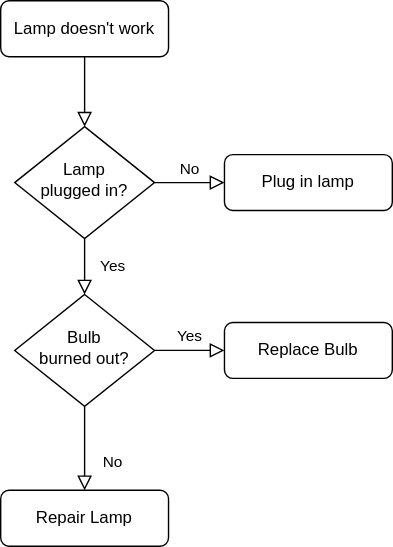
This is Simon game functions.drawio.svg from sausdeveloperr/visualiser, a draw.io export, as it was before one commit. Source tidied: cells renumbered, new cells last; positions are measured from the earlier drawing's top-left corner, leaving out a move shared by most shapes. Source of this version:
```xml
<mxGraphModel>
  <root>
    <mxCell id="0" />
    <mxCell id="1" parent="0" />
    <mxCell id="2" style="rounded=0;html=1;jettySize=auto;fontSize=11;endArrow=block;endFill=0;endSize=8;strokeWidth=1;shadow=0;labelBackgroundColor=none;edgeStyle=orthogonalEdgeStyle;" parent="1" edge="1" source="3" target="6">
      <mxGeometry relative="1" as="geometry" />
    </mxCell>
    <mxCell id="3" value="Lamp doesn't work" style="rounded=1;whiteSpace=wrap;html=1;fontSize=12;glass=0;strokeWidth=1;shadow=0;" parent="1" vertex="1">
      <mxGeometry width="120" height="40" as="geometry" />
    </mxCell>
    <mxCell id="4" value="Yes" style="rounded=0;html=1;jettySize=auto;fontSize=11;endArrow=block;endFill=0;endSize=8;strokeWidth=1;shadow=0;labelBackgroundColor=none;edgeStyle=orthogonalEdgeStyle;" parent="1" edge="1" source="6" target="10">
      <mxGeometry y="20" relative="1" as="geometry" />
    </mxCell>
    <mxCell id="5" value="No" style="edgeStyle=orthogonalEdgeStyle;rounded=0;html=1;jettySize=auto;fontSize=11;endArrow=block;endFill=0;endSize=8;strokeWidth=1;shadow=0;labelBackgroundColor=none;" parent="1" edge="1" source="6" target="7">
      <mxGeometry y="10" relative="1" as="geometry" />
    </mxCell>
    <mxCell id="6" value="Lamp&lt;br&gt;plugged in?" style="rhombus;whiteSpace=wrap;html=1;shadow=0;fontFamily=Helvetica;fontSize=12;align=center;strokeWidth=1;spacing=6;spacingTop=-4;" parent="1" vertex="1">
      <mxGeometry x="10" y="90" width="100" height="80" as="geometry" />
    </mxCell>
    <mxCell id="7" value="Plug in lamp" style="rounded=1;whiteSpace=wrap;html=1;fontSize=12;glass=0;strokeWidth=1;shadow=0;" parent="1" vertex="1">
      <mxGeometry x="160" y="110" width="120" height="40" as="geometry" />
    </mxCell>
    <mxCell id="8" value="No" style="rounded=0;html=1;jettySize=auto;fontSize=11;endArrow=block;endFill=0;endSize=8;strokeWidth=1;shadow=0;labelBackgroundColor=none;edgeStyle=orthogonalEdgeStyle;" parent="1" edge="1" source="10" target="11">
      <mxGeometry x="0.33" y="20" relative="1" as="geometry" />
    </mxCell>
    <mxCell id="9" value="Yes" style="edgeStyle=orthogonalEdgeStyle;rounded=0;html=1;jettySize=auto;fontSize=11;endArrow=block;endFill=0;endSize=8;strokeWidth=1;shadow=0;labelBackgroundColor=none;" parent="1" edge="1" source="10" target="12">
      <mxGeometry y="10" relative="1" as="geometry" />
    </mxCell>
    <mxCell id="10" value="Bulb&lt;br&gt;burned out?" style="rhombus;whiteSpace=wrap;html=1;shadow=0;fontFamily=Helvetica;fontSize=12;align=center;strokeWidth=1;spacing=6;spacingTop=-4;" parent="1" vertex="1">
      <mxGeometry x="10" y="210" width="100" height="80" as="geometry" />
    </mxCell>
    <mxCell id="11" value="Repair Lamp" style="rounded=1;whiteSpace=wrap;html=1;fontSize=12;glass=0;strokeWidth=1;shadow=0;" parent="1" vertex="1">
      <mxGeometry y="350" width="120" height="40" as="geometry" />
    </mxCell>
    <mxCell id="12" value="Replace Bulb" style="rounded=1;whiteSpace=wrap;html=1;fontSize=12;glass=0;strokeWidth=1;shadow=0;" parent="1" vertex="1">
      <mxGeometry x="160" y="230" width="120" height="40" as="geometry" />
    </mxCell>
  </root>
</mxGraphModel>
```
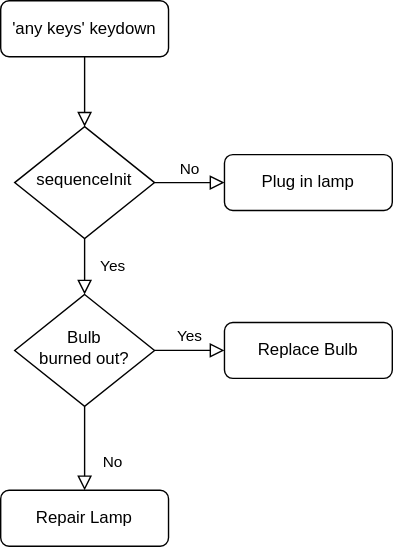
After the commit.

What changed in the source:
```diff
@@ -5,7 +5,7 @@
     <mxCell id="2" style="rounded=0;html=1;jettySize=auto;fontSize=11;endArrow=block;endFill=0;endSize=8;strokeWidth=1;shadow=0;labelBackgroundColor=none;edgeStyle=orthogonalEdgeStyle;" parent="1" edge="1" source="3" target="6">
       <mxGeometry relative="1" as="geometry" />
     </mxCell>
-    <mxCell id="3" value="Lamp doesn't work" style="rounded=1;whiteSpace=wrap;html=1;fontSize=12;glass=0;strokeWidth=1;shadow=0;" parent="1" vertex="1">
+    <mxCell id="3" value="'any keys' keydown" style="rounded=1;whiteSpace=wrap;html=1;fontSize=12;glass=0;strokeWidth=1;shadow=0;" parent="1" vertex="1">
       <mxGeometry width="120" height="40" as="geometry" />
     </mxCell>
     <mxCell id="4" value="Yes" style="rounded=0;html=1;jettySize=auto;fontSize=11;endArrow=block;endFill=0;endSize=8;strokeWidth=1;shadow=0;labelBackgroundColor=none;edgeStyle=orthogonalEdgeStyle;" parent="1" edge="1" source="6" target="10">
@@ -14,7 +14,7 @@
     <mxCell id="5" value="No" style="edgeStyle=orthogonalEdgeStyle;rounded=0;html=1;jettySize=auto;fontSize=11;endArrow=block;endFill=0;endSize=8;strokeWidth=1;shadow=0;labelBackgroundColor=none;" parent="1" edge="1" source="6" target="7">
       <mxGeometry y="10" relative="1" as="geometry" />
     </mxCell>
-    <mxCell id="6" value="Lamp&lt;br&gt;plugged in?" style="rhombus;whiteSpace=wrap;html=1;shadow=0;fontFamily=Helvetica;fontSize=12;align=center;strokeWidth=1;spacing=6;spacingTop=-4;" parent="1" vertex="1">
+    <mxCell id="6" value="sequenceInit" style="rhombus;whiteSpace=wrap;html=1;shadow=0;fontFamily=Helvetica;fontSize=12;align=center;strokeWidth=1;spacing=6;spacingTop=-4;" parent="1" vertex="1">
       <mxGeometry x="10" y="90" width="100" height="80" as="geometry" />
     </mxCell>
     <mxCell id="7" value="Plug in lamp" style="rounded=1;whiteSpace=wrap;html=1;fontSize=12;glass=0;strokeWidth=1;shadow=0;" parent="1" vertex="1">
```
